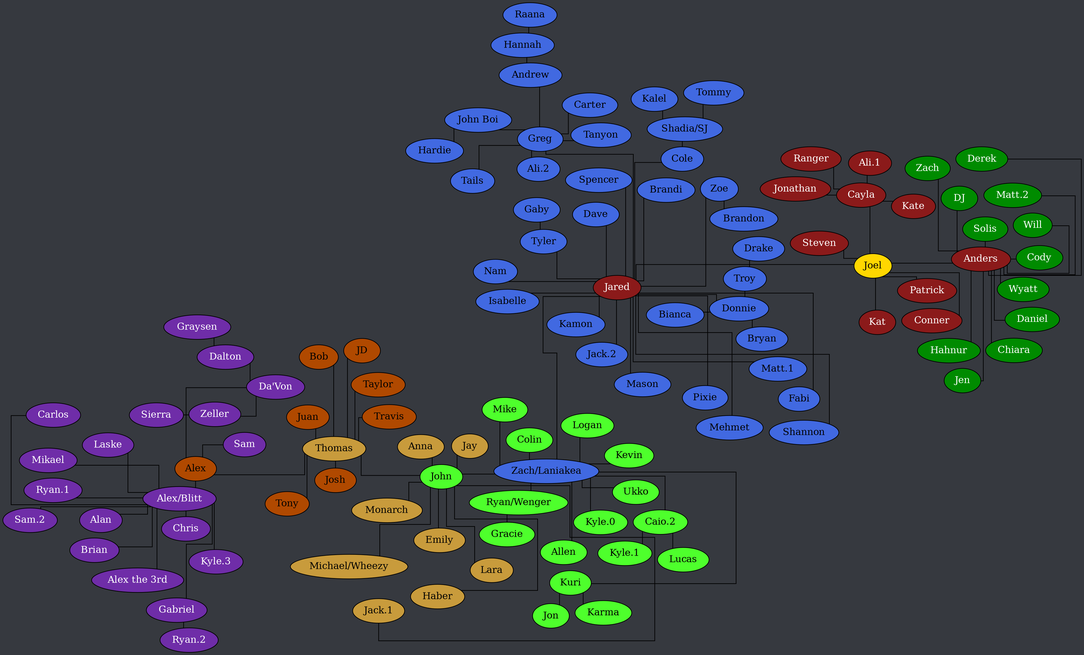
Documidas/CoronaCatzFamilyTree keeps this Graphviz diagram as tree.png. Above is the earlier version. Its source is kept beside it as tree.dot.
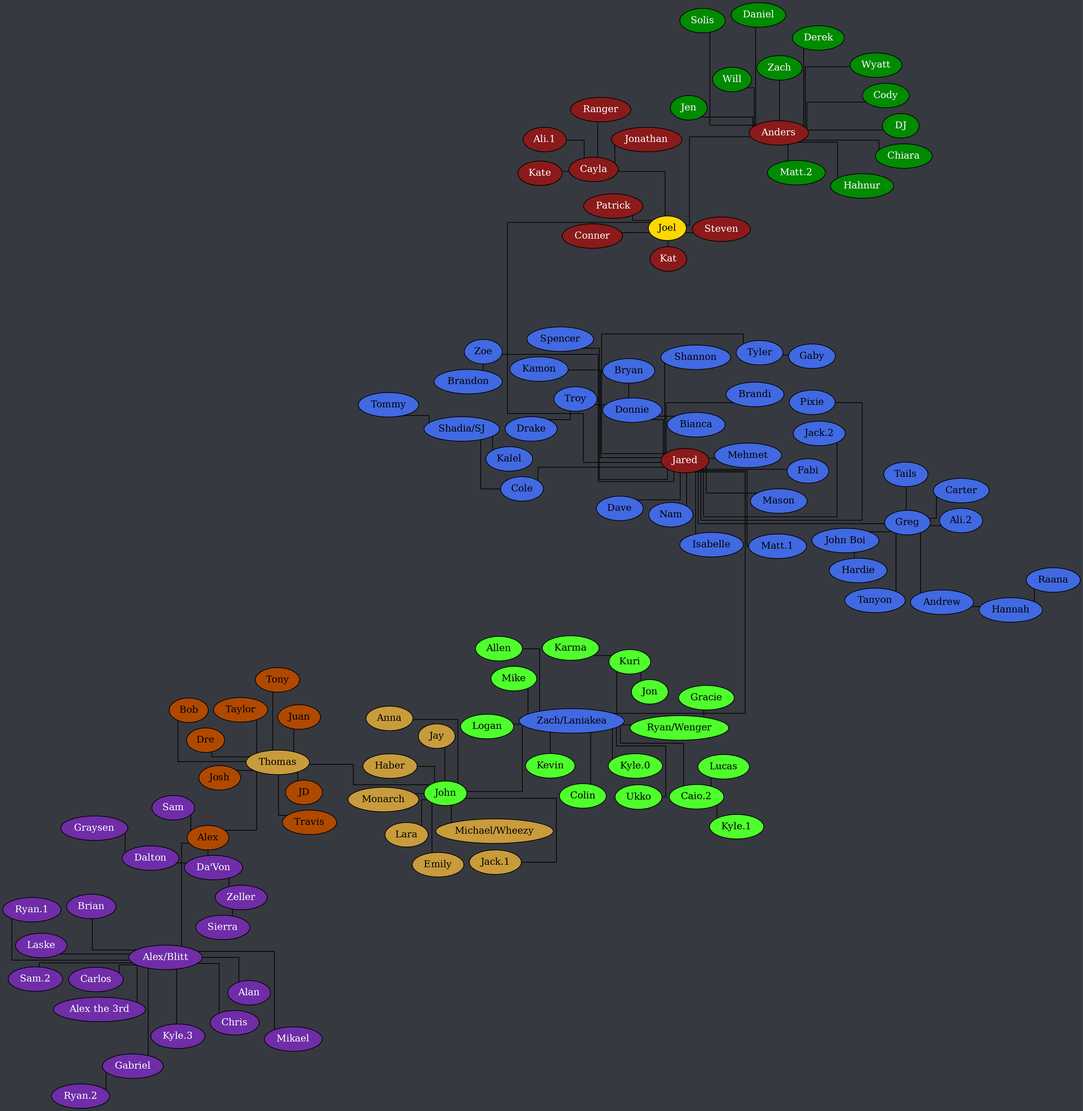
After the change.

Change to the diagram source:
```diff
@@ -132,6 +132,7 @@
 
 		Thomas -- Alex;
 		Thomas -- Bob;
+		Thomas -- Dre;
 		Thomas -- JD;
 		Thomas -- Josh;
 		Thomas -- Juan;
```
